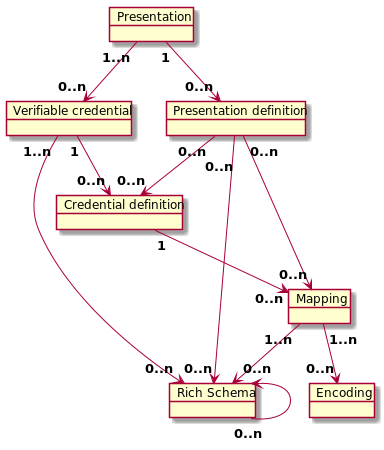
The PlantUML diagram text/0120-rich-schemas-common/relationship-diagram.png in hyperledger/indy-hipe, before a commit.
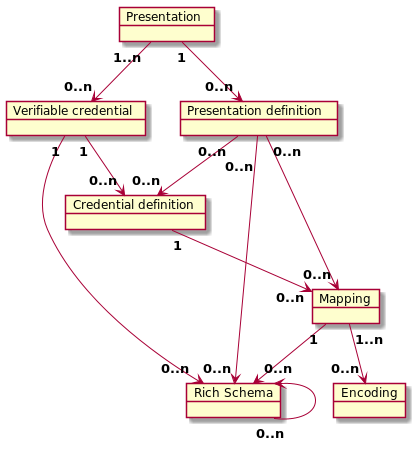
The same diagram one commit later.

Commit message:
Update common part and relationship diagram

What changed in the source:
```diff
@@ -22,11 +22,11 @@
 pres_def "<b>0..n" --> "<b>0..n" cred_def
 
 verif_cred "<b>1" --> "<b>0..n" cred_def
-verif_cred "<b>1..n" --> "<b>0..n" rich_schema
+verif_cred "<b>1" --> "<b>0..n" rich_schema
 
 cred_def "<b>1" --> "<b>0..n" map
 
-map "<b>1..n" --> "<b>0..n" rich_schema
+map "<b>1" --> "<b>0..n" rich_schema
 map "<b>1..n" --> "<b>0..n" enc
 
 rich_schema "<b>0..n" -up-> rich_schema
```
